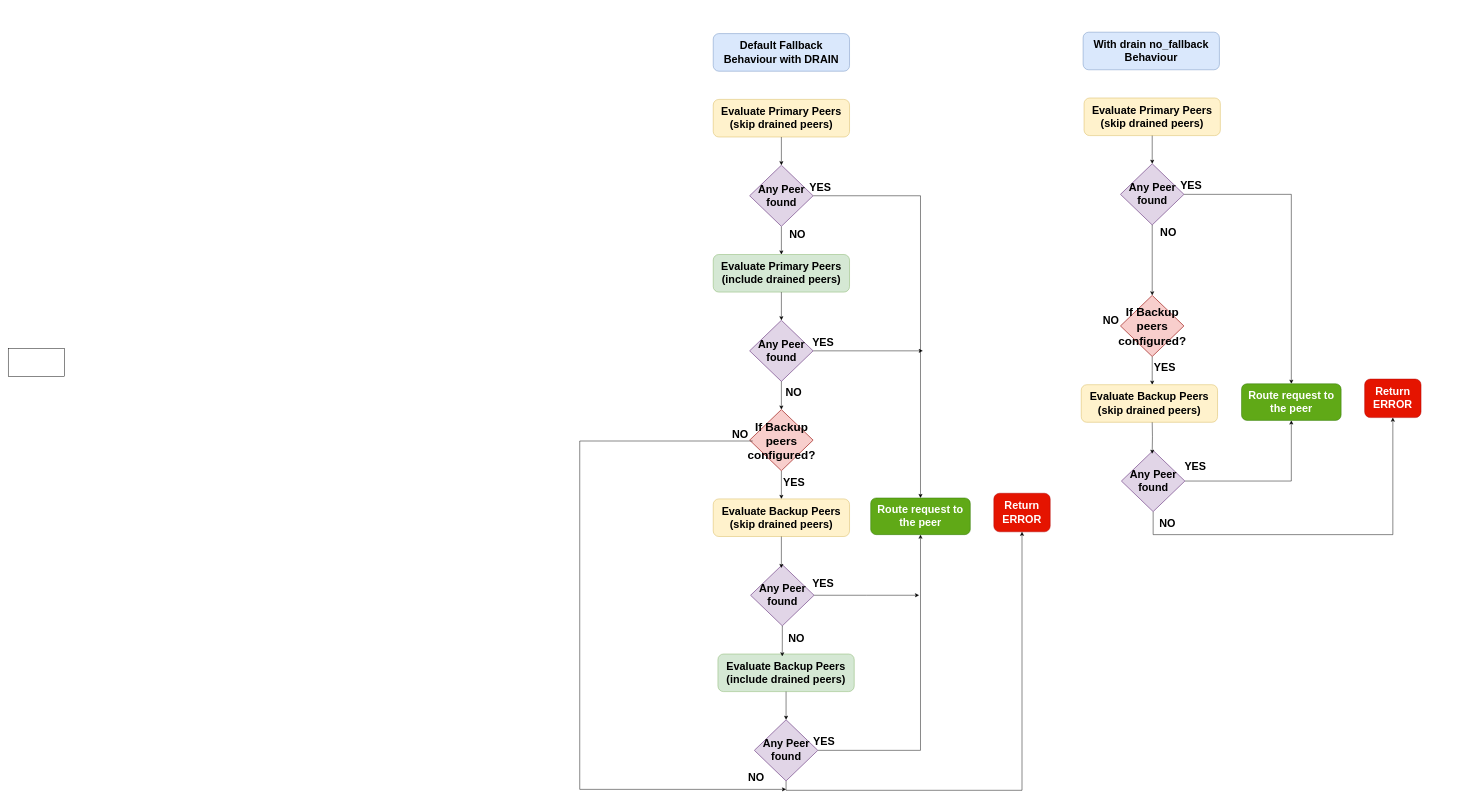
This is img/no_fallback.drawio from NithishK2002/Test, a draw.io file, before an edit. Source tidied: cells renumbered, new cells numbered last; positions are measured from the earlier drawing's top-left corner, leaving out a move shared by most shapes. Both pictures are drawn from the tidied source at 47%, with x=0, y=0 at pixel (8, 32).
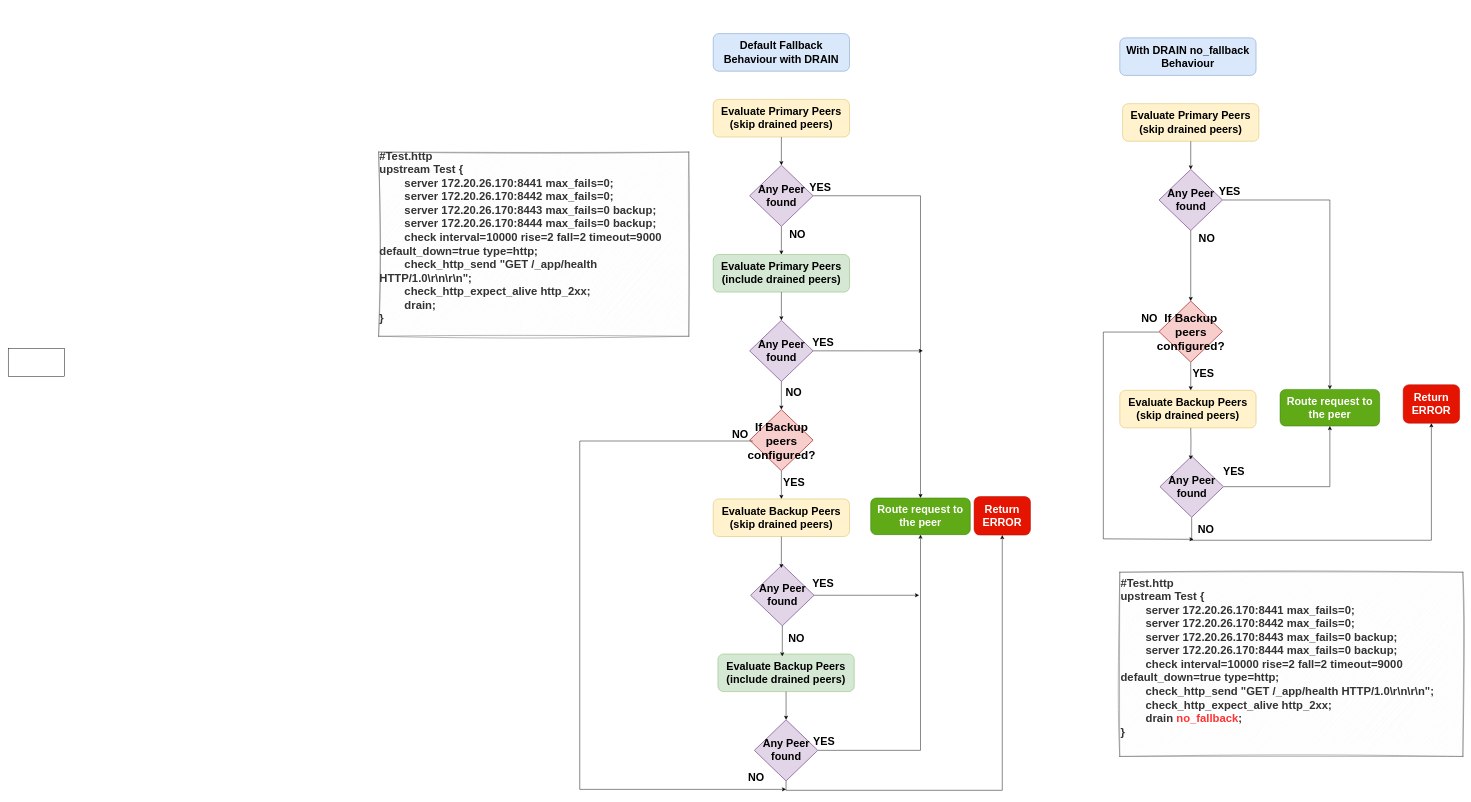
Above is the later version.

Diff of the diagram source:
```diff
@@
     <mxCell id="16" value="&lt;font&gt;&lt;b&gt;Return ERROR&lt;/b&gt;&lt;/font&gt;" style="rounded=1;whiteSpace=wrap;html=1;fillColor=#e51400;fontColor=#ffffff;strokeColor=#B20000;fontSize=23;" parent="1" vertex="1">
-      <mxGeometry x="2097" y="981" width="120" height="82" as="geometry" />
+      <mxGeometry x="2055" y="988" width="120" height="82" as="geometry" />
     </mxCell>
@@
-    <mxCell id="39" value="&lt;font&gt;&lt;b&gt;With drain no_fallback Behaviour&lt;/b&gt;&lt;/font&gt;" style="rounded=1;whiteSpace=wrap;html=1;fillColor=#dae8fc;strokeColor=#6c8ebf;fontSize=23;" parent="1" vertex="1">
-      <mxGeometry x="2287" width="290" height="80" as="geometry" />
+    <mxCell id="39" value="&lt;font&gt;&lt;b&gt;With DRAIN no_fallback Behaviour&lt;/b&gt;&lt;/font&gt;" style="rounded=1;whiteSpace=wrap;html=1;fillColor=#dae8fc;strokeColor=#6c8ebf;fontSize=23;" parent="1" vertex="1">
+      <mxGeometry x="2365" y="12" width="290" height="80" as="geometry" />
     </mxCell>
     <mxCell id="40" value="&lt;div&gt;&lt;font&gt;&lt;b&gt;&lt;font&gt;Evaluate Primary Peers&lt;/font&gt;&lt;/b&gt;&lt;/font&gt;&lt;/div&gt;&lt;div&gt;&lt;font&gt;&lt;b&gt;&lt;font&gt;(skip drained peers)&lt;/font&gt;&lt;/b&gt;&lt;/font&gt;&lt;/div&gt;" style="rounded=1;whiteSpace=wrap;html=1;fillColor=#fff2cc;strokeColor=#d6b656;fontSize=23;" parent="1" vertex="1">
-      <mxGeometry x="2289" y="140" width="290" height="80" as="geometry" />
+      <mxGeometry x="2371" y="152" width="290" height="80" as="geometry" />
     </mxCell>
@@
     <mxCell id="42" value="&lt;font&gt;&lt;b&gt;&lt;font&gt;Any Peer found&lt;/font&gt;&lt;/b&gt;&lt;/font&gt;" style="strokeWidth=2;html=1;shape=mxgraph.flowchart.decision;whiteSpace=wrap;fillColor=#e1d5e7;strokeColor=#9673a6;fontSize=23;" parent="1" vertex="1">
-      <mxGeometry x="2366.5" y="280" width="135" height="130" as="geometry" />
+      <mxGeometry x="2448.5" y="292" width="135" height="130" as="geometry" />
     </mxCell>
     <mxCell id="43" style="edgeStyle=orthogonalEdgeStyle;rounded=0;jettySize=auto;html=1;exitX=0.5;exitY=1;exitDx=0;exitDy=0;exitPerimeter=0;entryX=0.5;entryY=0;entryDx=0;entryDy=0;fontSize=23;" parent="1" edge="1" source="44">
       <mxGeometry relative="1" as="geometry">
-        <mxPoint x="2434" y="750" as="targetPoint" />
+        <mxPoint x="2516" y="762" as="targetPoint" />
       </mxGeometry>
     </mxCell>
     <mxCell id="44" value="&lt;font&gt;&lt;b&gt;If Backup peers configured?&lt;/b&gt;&lt;/font&gt;" style="strokeWidth=2;html=1;shape=mxgraph.flowchart.decision;whiteSpace=wrap;fillColor=#f8cecc;strokeColor=#b85450;fontSize=25;" parent="1" vertex="1">
-      <mxGeometry x="2366.5" y="560" width="135" height="130" as="geometry" />
+      <mxGeometry x="2448.5" y="572" width="135" height="130" as="geometry" />
     </mxCell>
@@
     <mxCell id="46" value="&lt;b&gt;&lt;font&gt;Route request to the peer&lt;/font&gt;&lt;/b&gt;" style="rounded=1;whiteSpace=wrap;html=1;fillColor=#60a917;fontColor=#ffffff;strokeColor=#2D7600;fontSize=23;" parent="1" vertex="1">
-      <mxGeometry x="2624" y="748" width="212" height="78" as="geometry" />
+      <mxGeometry x="2706" y="760" width="212" height="78" as="geometry" />
     </mxCell>
     <mxCell id="47" value="&lt;div&gt;&lt;b&gt;&lt;font&gt;Evaluate Backup Peers&lt;/font&gt;&lt;/b&gt;&lt;/div&gt;&lt;div&gt;&lt;b&gt;&lt;font&gt;(skip drained peers)&lt;/font&gt;&lt;/b&gt;&lt;/div&gt;" style="rounded=1;whiteSpace=wrap;html=1;fillColor=#fff2cc;strokeColor=#d6b656;fontSize=23;" parent="1" vertex="1">
-      <mxGeometry x="2283" y="750" width="290" height="80" as="geometry" />
+      <mxGeometry x="2365" y="762" width="290" height="80" as="geometry" />
     </mxCell>
     <mxCell id="48" value="&lt;font&gt;&lt;b&gt;Return ERROR&lt;/b&gt;&lt;/font&gt;" style="rounded=1;whiteSpace=wrap;html=1;fillColor=#e51400;fontColor=#ffffff;strokeColor=#B20000;fontSize=23;" parent="1" vertex="1">
-      <mxGeometry x="2886" y="738" width="120" height="82" as="geometry" />
+      <mxGeometry x="2968" y="750" width="120" height="82" as="geometry" />
     </mxCell>
     <mxCell id="49" style="edgeStyle=orthogonalEdgeStyle;rounded=0;jettySize=auto;html=1;exitX=0.5;exitY=1;exitDx=0;exitDy=0;exitPerimeter=0;entryX=0.5;entryY=1;entryDx=0;entryDy=0;" parent="1" edge="1" source="51" target="48">
       <mxGeometry relative="1" as="geometry">
         <Array as="points">
-          <mxPoint x="2436" y="1069" />
-          <mxPoint x="2946" y="1069" />
+          <mxPoint x="2518" y="1081" />
+          <mxPoint x="3028" y="1081" />
         </Array>
       </mxGeometry>
     </mxCell>
@@
     <mxCell id="51" value="&lt;b&gt;&lt;font&gt;Any Peer found&lt;/font&gt;&lt;/b&gt;" style="strokeWidth=2;html=1;shape=mxgraph.flowchart.decision;whiteSpace=wrap;fillColor=#e1d5e7;strokeColor=#9673a6;fontSize=23;" parent="1" vertex="1">
-      <mxGeometry x="2368.5" y="890" width="135" height="130" as="geometry" />
+      <mxGeometry x="2450.5" y="902" width="135" height="130" as="geometry" />
     </mxCell>
     <mxCell id="52" style="edgeStyle=orthogonalEdgeStyle;rounded=0;jettySize=auto;html=1;exitX=0.5;exitY=1;exitDx=0;exitDy=0;entryX=0.485;entryY=0.054;entryDx=0;entryDy=0;entryPerimeter=0;fontSize=23;" parent="1" edge="1" target="51">
       <mxGeometry relative="1" as="geometry">
-        <mxPoint x="2434" y="830" as="sourcePoint" />
+        <mxPoint x="2516" y="842" as="sourcePoint" />
       </mxGeometry>
     </mxCell>
     <mxCell id="53" value="&lt;b&gt;YES&lt;/b&gt;" style="text;html=1;whiteSpace=wrap;strokeColor=none;fillColor=none;align=center;verticalAlign=middle;rounded=0;fontSize=23;" parent="1" vertex="1">
-      <mxGeometry x="2485" y="306" width="64" height="41" as="geometry" />
+      <mxGeometry x="2567" y="318" width="64" height="41" as="geometry" />
     </mxCell>
     <mxCell id="54" value="&lt;b&gt;YES&lt;/b&gt;" style="text;html=1;whiteSpace=wrap;strokeColor=none;fillColor=none;align=center;verticalAlign=middle;rounded=0;fontSize=23;" parent="1" vertex="1">
-      <mxGeometry x="2493.5" y="902" width="64" height="41" as="geometry" />
+      <mxGeometry x="2575.5" y="914" width="64" height="41" as="geometry" />
     </mxCell>
     <mxCell id="55" value="&lt;b&gt;NO&lt;/b&gt;" style="text;html=1;whiteSpace=wrap;strokeColor=none;fillColor=none;align=center;verticalAlign=middle;rounded=0;fontSize=23;" parent="1" vertex="1">
-      <mxGeometry x="2442" y="406" width="53" height="41" as="geometry" />
+      <mxGeometry x="2524" y="418" width="53" height="41" as="geometry" />
     </mxCell>
     <mxCell id="56" value="&lt;b&gt;NO&lt;/b&gt;" style="text;html=1;whiteSpace=wrap;strokeColor=none;fillColor=none;align=center;verticalAlign=middle;rounded=0;fontSize=23;" parent="1" vertex="1">
-      <mxGeometry x="2440" y="1025" width="53" height="41" as="geometry" />
+      <mxGeometry x="2522" y="1037" width="53" height="41" as="geometry" />
     </mxCell>
     <mxCell id="57" value="&lt;b&gt;YES&lt;/b&gt;" style="text;html=1;whiteSpace=wrap;strokeColor=none;fillColor=none;align=center;verticalAlign=middle;rounded=0;fontSize=23;" parent="1" vertex="1">
-      <mxGeometry x="2429" y="693" width="64" height="41" as="geometry" />
+      <mxGeometry x="2511" y="705" width="64" height="41" as="geometry" />
     </mxCell>
     <mxCell id="58" value="&lt;b&gt;NO&lt;/b&gt;" style="text;html=1;whiteSpace=wrap;strokeColor=none;fillColor=none;align=center;verticalAlign=middle;rounded=0;fontSize=23;" parent="1" vertex="1">
-      <mxGeometry x="2320" y="592" width="53" height="41" as="geometry" />
+      <mxGeometry x="2402" y="589" width="53" height="41" as="geometry" />
     </mxCell>
@@
+    <mxCell id="60" value="&lt;b&gt;&lt;font style=&quot;font-size: 24px;&quot;&gt;#Test.http&lt;br&gt;upstream Test {&lt;br&gt;&amp;nbsp; &amp;nbsp; &amp;nbsp; &amp;nbsp; server 172.20.26.170:8441 max_fails=0;&lt;br&gt;&amp;nbsp; &amp;nbsp; &amp;nbsp; &amp;nbsp; server 172.20.26.170:8442 max_fails=0;&lt;br&gt;&amp;nbsp; &amp;nbsp; &amp;nbsp; &amp;nbsp; server 172.20.26.170:8443 max_fails=0 backup;&lt;br&gt;&amp;nbsp; &amp;nbsp; &amp;nbsp; &amp;nbsp; server 172.20.26.170:8444 max_fails=0 backup;&lt;br&gt;&amp;nbsp; &amp;nbsp; &amp;nbsp; &amp;nbsp; check interval=10000 rise=2 fall=2 timeout=9000 default_down=true type=http;&lt;br&gt;&amp;nbsp; &amp;nbsp; &amp;nbsp; &amp;nbsp; check_http_send &quot;GET /_app/health HTTP/1.0\r\n\r\n&quot;;&lt;br&gt;&amp;nbsp; &amp;nbsp; &amp;nbsp; &amp;nbsp; check_http_expect_alive http_2xx;&lt;br&gt;&amp;nbsp; &amp;nbsp; &amp;nbsp; &amp;nbsp; drain;&lt;br&gt;}&lt;br&gt;&lt;br&gt;&lt;/font&gt;&lt;/b&gt;" style="rounded=0;whiteSpace=wrap;html=1;align=left;fillColor=#f5f5f5;strokeColor=#666666;fontColor=#333333;sketch=1;curveFitting=1;jiggle=2;glass=0;shadow=0;" parent="1" vertex="1">
+      <mxGeometry x="788" y="255" width="660" height="392" as="geometry" />
+    </mxCell>
+    <mxCell id="61" style="edgeStyle=orthogonalEdgeStyle;rounded=0;orthogonalLoop=1;jettySize=auto;html=1;exitX=0;exitY=0.5;exitDx=0;exitDy=0;exitPerimeter=0;entryX=0;entryY=1;entryDx=0;entryDy=0;" parent="1" edge="1">
+      <mxGeometry relative="1" as="geometry">
+        <mxPoint x="2448.5" y="638" as="sourcePoint" />
+        <mxPoint x="2522" y="1079" as="targetPoint" />
+        <Array as="points">
+          <mxPoint x="2330" y="638" />
+          <mxPoint x="2330" y="1078" />
+        </Array>
+      </mxGeometry>
+    </mxCell>
+    <mxCell id="62" value="&lt;b&gt;&lt;font style=&quot;font-size: 24px;&quot;&gt;#Test.http&lt;br&gt;upstream Test {&lt;br&gt;&amp;nbsp; &amp;nbsp; &amp;nbsp; &amp;nbsp; server 172.20.26.170:8441 max_fails=0;&lt;br&gt;&amp;nbsp; &amp;nbsp; &amp;nbsp; &amp;nbsp; server 172.20.26.170:8442 max_fails=0;&lt;br&gt;&amp;nbsp; &amp;nbsp; &amp;nbsp; &amp;nbsp; server 172.20.26.170:8443 max_fails=0 backup;&lt;br&gt;&amp;nbsp; &amp;nbsp; &amp;nbsp; &amp;nbsp; server 172.20.26.170:8444 max_fails=0 backup;&lt;br&gt;&amp;nbsp; &amp;nbsp; &amp;nbsp; &amp;nbsp; check interval=10000 rise=2 fall=2 timeout=9000 default_down=true type=http;&lt;br&gt;&amp;nbsp; &amp;nbsp; &amp;nbsp; &amp;nbsp; check_http_send &quot;GET /_app/health HTTP/1.0\r\n\r\n&quot;;&lt;br&gt;&amp;nbsp; &amp;nbsp; &amp;nbsp; &amp;nbsp; check_http_expect_alive http_2xx;&lt;br&gt;&amp;nbsp; &amp;nbsp; &amp;nbsp; &amp;nbsp; drain &lt;span style=&quot;color: rgb(255, 51, 51);&quot;&gt;no_fallback&lt;/span&gt;;&lt;br&gt;}&lt;br&gt;&lt;br&gt;&lt;/font&gt;&lt;/b&gt;" style="rounded=0;whiteSpace=wrap;html=1;align=left;sketch=1;curveFitting=1;jiggle=2;fillColor=#f5f5f5;fontColor=#333333;strokeColor=#666666;" parent="1" vertex="1">
+      <mxGeometry x="2365" y="1149" width="730" height="392" as="geometry" />
+    </mxCell>
+    <mxCell id="63" style="endArrow=none;html=1;rounded=0;strokeColor=none;dashed=1;" parent="1" edge="1">
+      <mxGeometry relative="1" as="geometry">
+        <mxPoint x="2245" y="1621" as="sourcePoint" />
+        <mxPoint x="2235" y="-51" as="targetPoint" />
+      </mxGeometry>
+    </mxCell>
```
